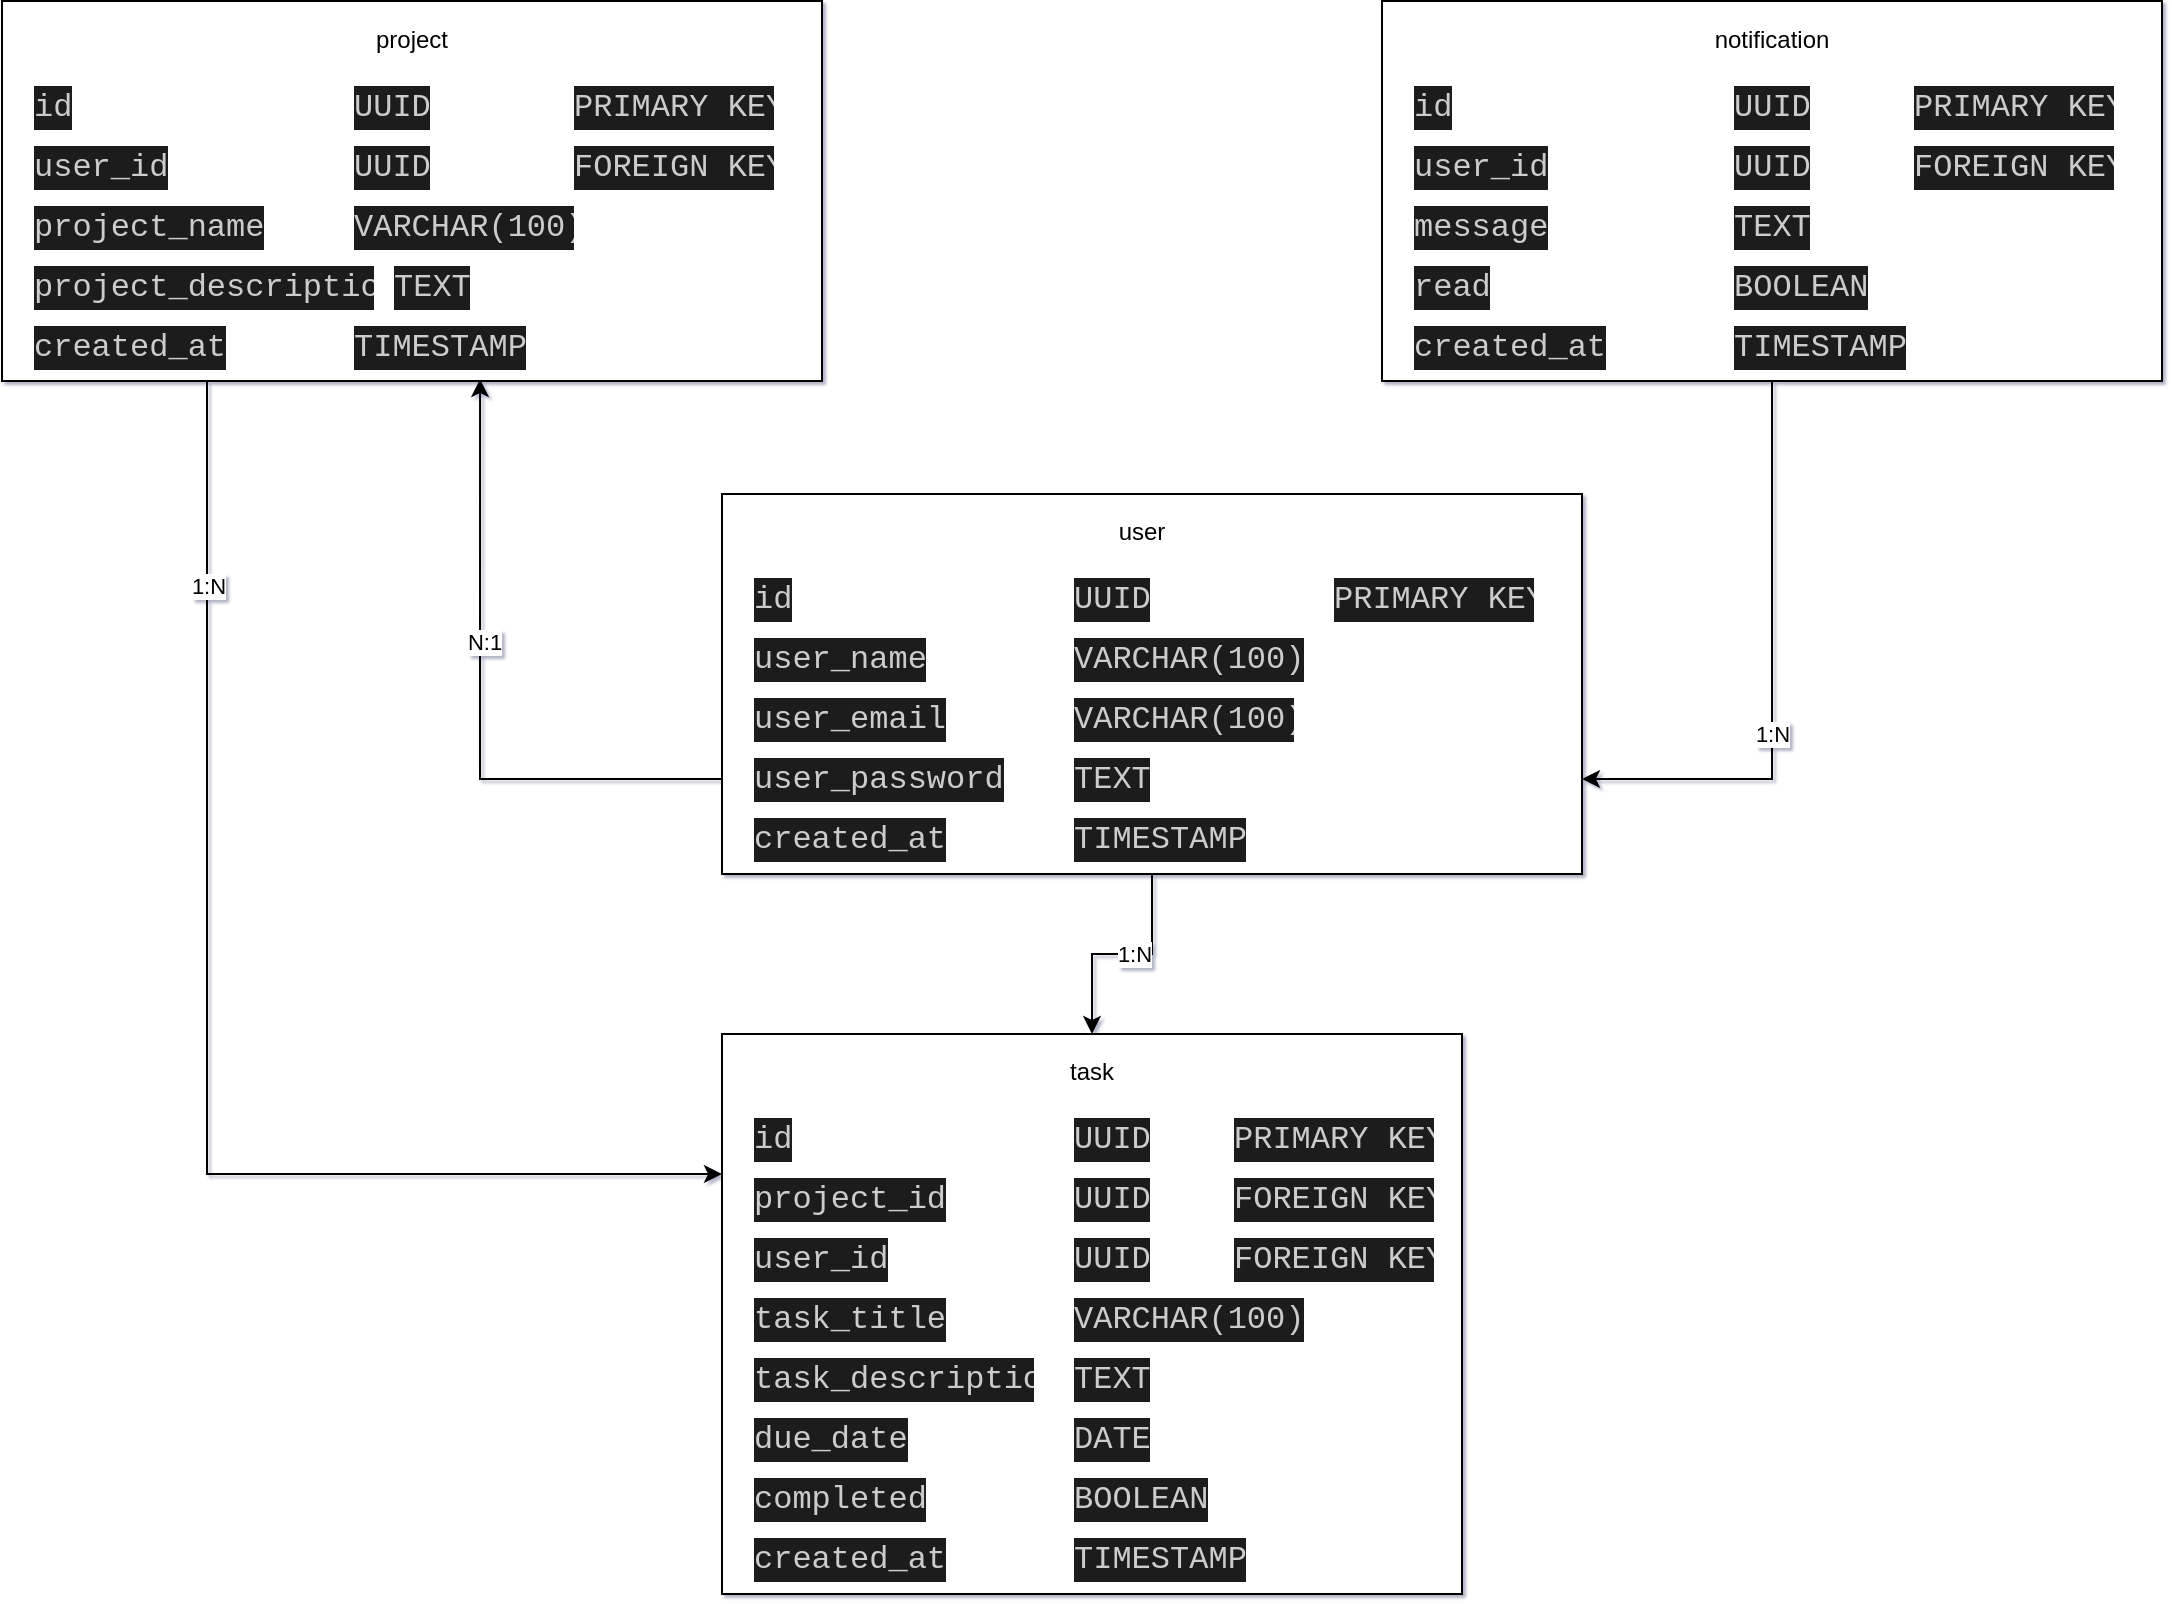
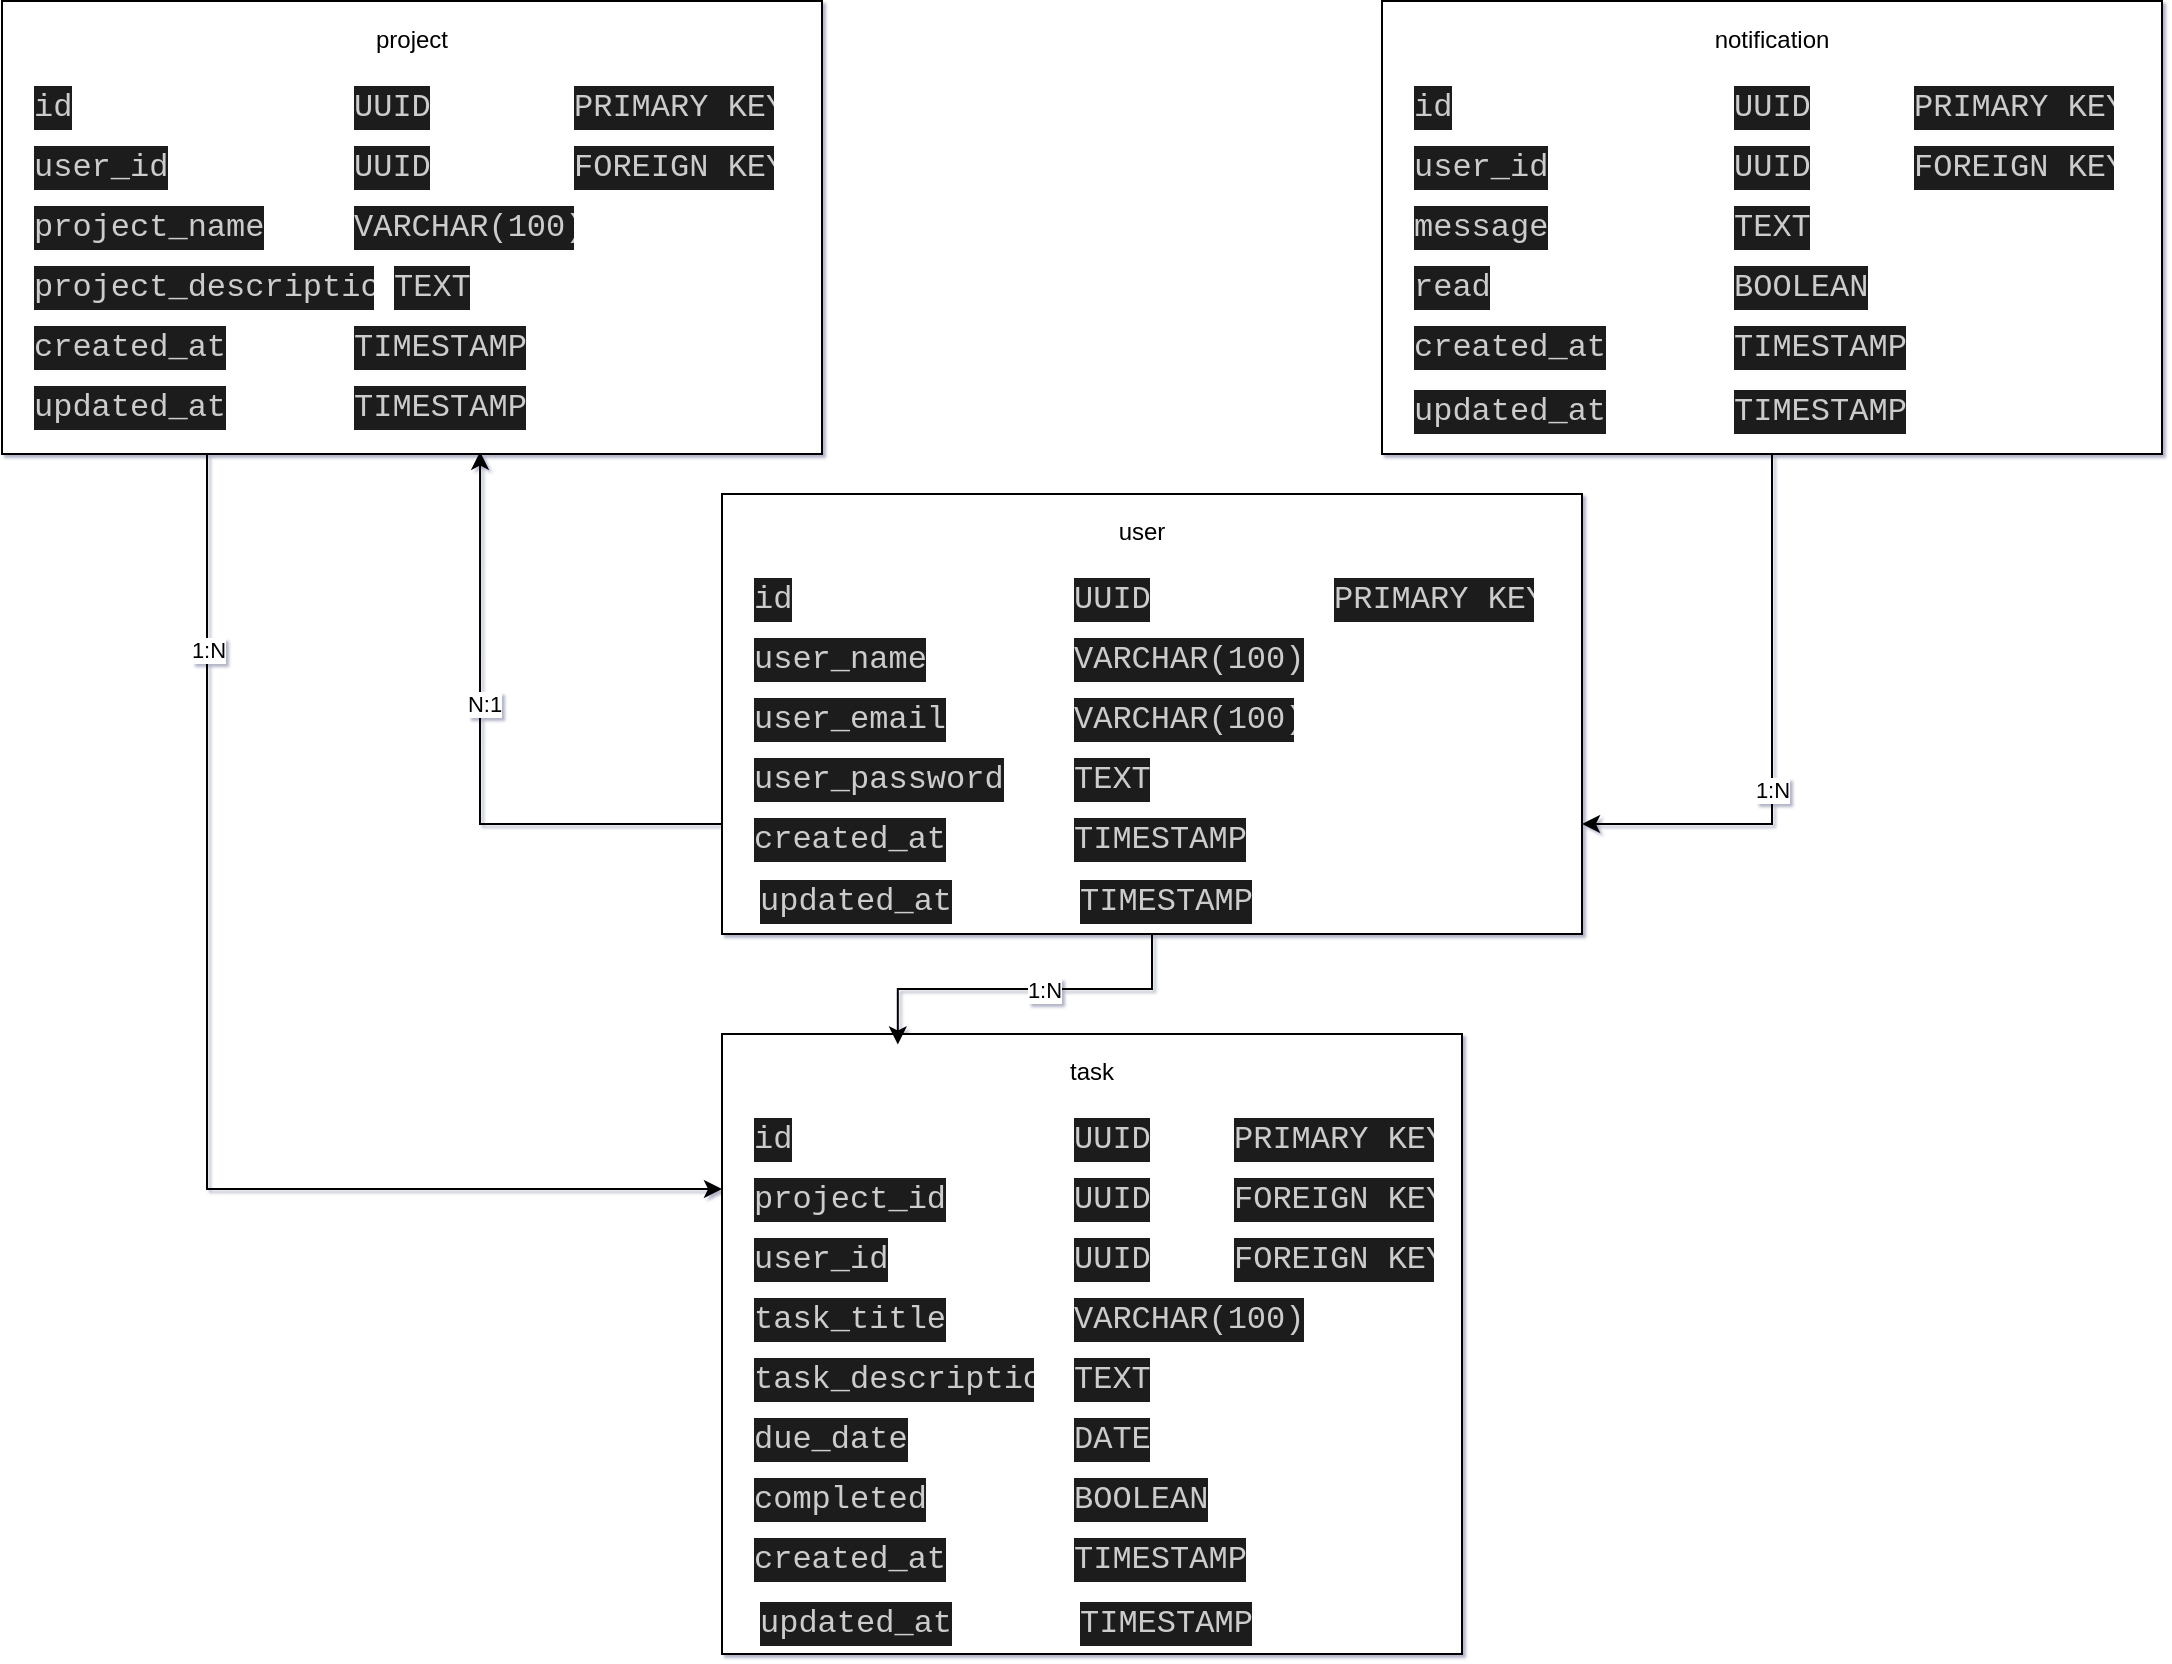
<mxfile host="Electron" agent="Mozilla/5.0 (Windows NT 10.0; Win64; x64) AppleWebKit/537.36 (KHTML, like Gecko) draw.io/28.1.2 Chrome/138.0.7204.243 Electron/37.4.0 Safari/537.36" version="28.1.2">
  <diagram name="Page-1" id="bHDw47sJ8CfQEdWCFf-7">
    <mxGraphModel dx="1042" dy="626" grid="1" gridSize="10" guides="1" tooltips="1" connect="1" arrows="1" fold="1" page="1" pageScale="1" pageWidth="1100" pageHeight="850" background="none" math="0" shadow="1">
      <root>
        <mxCell id="0" />
        <mxCell id="1" parent="0" />
        <mxCell id="XU3b0UUpHImCEtPaKN2c-118" style="edgeStyle=orthogonalEdgeStyle;rounded=0;orthogonalLoop=1;jettySize=auto;html=1;exitX=0.25;exitY=1;exitDx=0;exitDy=0;entryX=0;entryY=0.25;entryDx=0;entryDy=0;" parent="1" source="XU3b0UUpHImCEtPaKN2c-61" target="XU3b0UUpHImCEtPaKN2c-1" edge="1">
          <mxGeometry relative="1" as="geometry" />
        </mxCell>
        <mxCell id="XU3b0UUpHImCEtPaKN2c-119" value="1:N" style="edgeLabel;html=1;align=center;verticalAlign=middle;resizable=0;points=[];" parent="XU3b0UUpHImCEtPaKN2c-118" vertex="1" connectable="0">
          <mxGeometry x="-0.6868" relative="1" as="geometry">
            <mxPoint as="offset" />
          </mxGeometry>
        </mxCell>
        <mxCell id="XU3b0UUpHImCEtPaKN2c-1" value="" style="rounded=0;whiteSpace=wrap;html=1;labelBackgroundColor=default;labelBorderColor=default;textShadow=1;" parent="1" vertex="1">
-           <mxGeometry x="370" y="530" width="370" height="280" as="geometry" />
+           <mxGeometry x="370" y="530" width="370" height="310" as="geometry" />
        </mxCell>
        <mxCell id="XU3b0UUpHImCEtPaKN2c-24" value="task" style="text;strokeColor=none;fillColor=none;spacingLeft=4;spacingRight=4;overflow=hidden;rotatable=0;points=[[0,0.5],[1,0.5]];portConstraint=eastwest;fontSize=12;whiteSpace=wrap;html=1;align=center;" parent="1" vertex="1">
          <mxGeometry x="460" y="535" width="190" height="30" as="geometry" />
        </mxCell>
        <mxCell id="XU3b0UUpHImCEtPaKN2c-25" value="&lt;div style=&quot;color: rgb(204, 204, 204); background-color: rgb(31, 31, 31); font-family: Consolas, &amp;quot;Courier New&amp;quot;, monospace; font-size: 16px; line-height: 22px; white-space: pre;&quot;&gt;id&lt;/div&gt;" style="text;strokeColor=none;fillColor=none;spacingLeft=4;spacingRight=4;overflow=hidden;rotatable=0;points=[[0,0.5],[1,0.5]];portConstraint=eastwest;fontSize=12;whiteSpace=wrap;html=1;" parent="1" vertex="1">
          <mxGeometry x="380" y="565" width="140" height="30" as="geometry" />
        </mxCell>
        <mxCell id="XU3b0UUpHImCEtPaKN2c-28" value="&lt;div style=&quot;color: rgb(204, 204, 204); background-color: rgb(31, 31, 31); font-family: Consolas, &amp;quot;Courier New&amp;quot;, monospace; font-size: 16px; line-height: 22px; white-space: pre;&quot;&gt;UUID&lt;/div&gt;" style="text;strokeColor=none;fillColor=none;spacingLeft=4;spacingRight=4;overflow=hidden;rotatable=0;points=[[0,0.5],[1,0.5]];portConstraint=eastwest;fontSize=12;whiteSpace=wrap;html=1;" parent="1" vertex="1">
          <mxGeometry x="540" y="565" width="110" height="30" as="geometry" />
        </mxCell>
        <mxCell id="XU3b0UUpHImCEtPaKN2c-29" value="&lt;div style=&quot;color: rgb(204, 204, 204); background-color: rgb(31, 31, 31); font-family: Consolas, &amp;quot;Courier New&amp;quot;, monospace; font-size: 16px; line-height: 22px; white-space: pre;&quot;&gt;project_id&lt;/div&gt;" style="text;strokeColor=none;fillColor=none;spacingLeft=4;spacingRight=4;overflow=hidden;rotatable=0;points=[[0,0.5],[1,0.5]];portConstraint=eastwest;fontSize=12;whiteSpace=wrap;html=1;" parent="1" vertex="1">
          <mxGeometry x="380" y="595" width="140" height="30" as="geometry" />
        </mxCell>
        <mxCell id="XU3b0UUpHImCEtPaKN2c-30" value="&lt;div style=&quot;color: rgb(204, 204, 204); background-color: rgb(31, 31, 31); font-family: Consolas, &amp;quot;Courier New&amp;quot;, monospace; font-size: 16px; line-height: 22px; white-space: pre;&quot;&gt;UUID&lt;/div&gt;" style="text;strokeColor=none;fillColor=none;spacingLeft=4;spacingRight=4;overflow=hidden;rotatable=0;points=[[0,0.5],[1,0.5]];portConstraint=eastwest;fontSize=12;whiteSpace=wrap;html=1;" parent="1" vertex="1">
          <mxGeometry x="540" y="595" width="110" height="30" as="geometry" />
        </mxCell>
        <mxCell id="XU3b0UUpHImCEtPaKN2c-31" value="&lt;div style=&quot;color: rgb(204, 204, 204); background-color: rgb(31, 31, 31); font-family: Consolas, &amp;quot;Courier New&amp;quot;, monospace; font-size: 16px; line-height: 22px; white-space: pre;&quot;&gt;user_id&lt;/div&gt;" style="text;strokeColor=none;fillColor=none;spacingLeft=4;spacingRight=4;overflow=hidden;rotatable=0;points=[[0,0.5],[1,0.5]];portConstraint=eastwest;fontSize=12;whiteSpace=wrap;html=1;" parent="1" vertex="1">
          <mxGeometry x="380" y="625" width="140" height="30" as="geometry" />
        </mxCell>
        <mxCell id="XU3b0UUpHImCEtPaKN2c-32" value="&lt;div style=&quot;color: rgb(204, 204, 204); background-color: rgb(31, 31, 31); font-family: Consolas, &amp;quot;Courier New&amp;quot;, monospace; font-size: 16px; line-height: 22px; white-space: pre;&quot;&gt;UUID&lt;/div&gt;" style="text;strokeColor=none;fillColor=none;spacingLeft=4;spacingRight=4;overflow=hidden;rotatable=0;points=[[0,0.5],[1,0.5]];portConstraint=eastwest;fontSize=12;whiteSpace=wrap;html=1;" parent="1" vertex="1">
          <mxGeometry x="540" y="625" width="110" height="30" as="geometry" />
        </mxCell>
        <mxCell id="XU3b0UUpHImCEtPaKN2c-33" value="&lt;div style=&quot;color: rgb(204, 204, 204); background-color: rgb(31, 31, 31); font-family: Consolas, &amp;quot;Courier New&amp;quot;, monospace; font-size: 16px; line-height: 22px; white-space: pre;&quot;&gt;task_title&lt;/div&gt;" style="text;strokeColor=none;fillColor=none;spacingLeft=4;spacingRight=4;overflow=hidden;rotatable=0;points=[[0,0.5],[1,0.5]];portConstraint=eastwest;fontSize=12;whiteSpace=wrap;html=1;" parent="1" vertex="1">
          <mxGeometry x="380" y="655" width="140" height="30" as="geometry" />
        </mxCell>
        <mxCell id="XU3b0UUpHImCEtPaKN2c-34" value="&lt;div style=&quot;color: rgb(204, 204, 204); background-color: rgb(31, 31, 31); font-family: Consolas, &amp;quot;Courier New&amp;quot;, monospace; font-size: 16px; line-height: 22px; white-space: pre;&quot;&gt;VARCHAR(100)&lt;/div&gt;" style="text;strokeColor=none;fillColor=none;spacingLeft=4;spacingRight=4;overflow=hidden;rotatable=0;points=[[0,0.5],[1,0.5]];portConstraint=eastwest;fontSize=12;whiteSpace=wrap;html=1;" parent="1" vertex="1">
          <mxGeometry x="540" y="655" width="130" height="30" as="geometry" />
        </mxCell>
        <mxCell id="XU3b0UUpHImCEtPaKN2c-35" value="&lt;div style=&quot;color: rgb(204, 204, 204); background-color: rgb(31, 31, 31); font-family: Consolas, &amp;quot;Courier New&amp;quot;, monospace; font-size: 16px; line-height: 22px; white-space: pre;&quot;&gt;task_description&lt;/div&gt;" style="text;strokeColor=none;fillColor=none;spacingLeft=4;spacingRight=4;overflow=hidden;rotatable=0;points=[[0,0.5],[1,0.5]];portConstraint=eastwest;fontSize=12;whiteSpace=wrap;html=1;" parent="1" vertex="1">
          <mxGeometry x="380" y="685" width="150" height="30" as="geometry" />
        </mxCell>
        <mxCell id="XU3b0UUpHImCEtPaKN2c-36" value="&lt;div style=&quot;color: rgb(204, 204, 204); background-color: rgb(31, 31, 31); font-family: Consolas, &amp;quot;Courier New&amp;quot;, monospace; font-size: 16px; line-height: 22px; white-space: pre;&quot;&gt;TEXT&lt;/div&gt;" style="text;strokeColor=none;fillColor=none;spacingLeft=4;spacingRight=4;overflow=hidden;rotatable=0;points=[[0,0.5],[1,0.5]];portConstraint=eastwest;fontSize=12;whiteSpace=wrap;html=1;" parent="1" vertex="1">
          <mxGeometry x="540" y="685" width="70" height="30" as="geometry" />
        </mxCell>
        <mxCell id="XU3b0UUpHImCEtPaKN2c-37" value="&lt;div style=&quot;color: rgb(204, 204, 204); background-color: rgb(31, 31, 31); font-family: Consolas, &amp;quot;Courier New&amp;quot;, monospace; font-size: 16px; line-height: 22px; white-space: pre;&quot;&gt;due_date&lt;/div&gt;" style="text;strokeColor=none;fillColor=none;spacingLeft=4;spacingRight=4;overflow=hidden;rotatable=0;points=[[0,0.5],[1,0.5]];portConstraint=eastwest;fontSize=12;whiteSpace=wrap;html=1;" parent="1" vertex="1">
          <mxGeometry x="380" y="715" width="140" height="30" as="geometry" />
        </mxCell>
        <mxCell id="XU3b0UUpHImCEtPaKN2c-38" value="&lt;div style=&quot;color: rgb(204, 204, 204); background-color: rgb(31, 31, 31); font-family: Consolas, &amp;quot;Courier New&amp;quot;, monospace; font-size: 16px; line-height: 22px; white-space: pre;&quot;&gt;DATE&lt;/div&gt;" style="text;strokeColor=none;fillColor=none;spacingLeft=4;spacingRight=4;overflow=hidden;rotatable=0;points=[[0,0.5],[1,0.5]];portConstraint=eastwest;fontSize=12;whiteSpace=wrap;html=1;" parent="1" vertex="1">
          <mxGeometry x="540" y="715" width="110" height="30" as="geometry" />
        </mxCell>
        <mxCell id="XU3b0UUpHImCEtPaKN2c-39" value="&lt;div style=&quot;color: rgb(204, 204, 204); background-color: rgb(31, 31, 31); font-family: Consolas, &amp;quot;Courier New&amp;quot;, monospace; font-size: 16px; line-height: 22px; white-space: pre;&quot;&gt;completed&lt;/div&gt;" style="text;strokeColor=none;fillColor=none;spacingLeft=4;spacingRight=4;overflow=hidden;rotatable=0;points=[[0,0.5],[1,0.5]];portConstraint=eastwest;fontSize=12;whiteSpace=wrap;html=1;" parent="1" vertex="1">
          <mxGeometry x="380" y="745" width="140" height="30" as="geometry" />
        </mxCell>
        <mxCell id="XU3b0UUpHImCEtPaKN2c-40" value="&lt;div style=&quot;color: rgb(204, 204, 204); background-color: rgb(31, 31, 31); font-family: Consolas, &amp;quot;Courier New&amp;quot;, monospace; font-size: 16px; line-height: 22px; white-space: pre;&quot;&gt;BOOLEAN&lt;/div&gt;" style="text;strokeColor=none;fillColor=none;spacingLeft=4;spacingRight=4;overflow=hidden;rotatable=0;points=[[0,0.5],[1,0.5]];portConstraint=eastwest;fontSize=12;whiteSpace=wrap;html=1;" parent="1" vertex="1">
          <mxGeometry x="540" y="745" width="110" height="30" as="geometry" />
        </mxCell>
        <mxCell id="XU3b0UUpHImCEtPaKN2c-41" value="&lt;div style=&quot;color: rgb(204, 204, 204); background-color: rgb(31, 31, 31); font-family: Consolas, &amp;quot;Courier New&amp;quot;, monospace; font-size: 16px; line-height: 22px; white-space: pre;&quot;&gt;created_at&lt;/div&gt;" style="text;strokeColor=none;fillColor=none;spacingLeft=4;spacingRight=4;overflow=hidden;rotatable=0;points=[[0,0.5],[1,0.5]];portConstraint=eastwest;fontSize=12;whiteSpace=wrap;html=1;" parent="1" vertex="1">
          <mxGeometry x="380" y="775" width="140" height="30" as="geometry" />
        </mxCell>
        <mxCell id="XU3b0UUpHImCEtPaKN2c-42" value="&lt;div style=&quot;color: rgb(204, 204, 204); background-color: rgb(31, 31, 31); font-family: Consolas, &amp;quot;Courier New&amp;quot;, monospace; font-size: 16px; line-height: 22px; white-space: pre;&quot;&gt;TIMESTAMP&lt;/div&gt;" style="text;strokeColor=none;fillColor=none;spacingLeft=4;spacingRight=4;overflow=hidden;rotatable=0;points=[[0,0.5],[1,0.5]];portConstraint=eastwest;fontSize=12;whiteSpace=wrap;html=1;" parent="1" vertex="1">
          <mxGeometry x="540" y="775" width="110" height="30" as="geometry" />
        </mxCell>
        <mxCell id="XU3b0UUpHImCEtPaKN2c-116" style="edgeStyle=orthogonalEdgeStyle;rounded=0;orthogonalLoop=1;jettySize=auto;html=1;exitX=0;exitY=0.75;exitDx=0;exitDy=0;entryX=0.583;entryY=0.995;entryDx=0;entryDy=0;entryPerimeter=0;" parent="1" source="XU3b0UUpHImCEtPaKN2c-104" target="XU3b0UUpHImCEtPaKN2c-61" edge="1">
          <mxGeometry relative="1" as="geometry">
            <mxPoint x="245" y="330" as="targetPoint" />
          </mxGeometry>
        </mxCell>
        <mxCell id="XU3b0UUpHImCEtPaKN2c-117" value="N:1" style="edgeLabel;html=1;align=center;verticalAlign=middle;resizable=0;points=[];" parent="XU3b0UUpHImCEtPaKN2c-116" vertex="1" connectable="0">
          <mxGeometry x="0.189" y="-1" relative="1" as="geometry">
            <mxPoint x="1" y="1" as="offset" />
          </mxGeometry>
        </mxCell>
        <mxCell id="XU3b0UUpHImCEtPaKN2c-61" value="" style="rounded=0;whiteSpace=wrap;html=1;labelBackgroundColor=default;labelBorderColor=default;textShadow=1;" parent="1" vertex="1">
-           <mxGeometry x="10" y="13.5" width="410" height="190" as="geometry" />
+           <mxGeometry x="10" y="13.5" width="410" height="226.5" as="geometry" />
        </mxCell>
        <mxCell id="XU3b0UUpHImCEtPaKN2c-62" value="project" style="text;strokeColor=none;fillColor=none;spacingLeft=4;spacingRight=4;overflow=hidden;rotatable=0;points=[[0,0.5],[1,0.5]];portConstraint=eastwest;fontSize=12;whiteSpace=wrap;html=1;align=center;" parent="1" vertex="1">
          <mxGeometry x="120" y="18.5" width="190" height="30" as="geometry" />
        </mxCell>
        <mxCell id="XU3b0UUpHImCEtPaKN2c-63" value="&lt;div style=&quot;color: rgb(204, 204, 204); background-color: rgb(31, 31, 31); font-family: Consolas, &amp;quot;Courier New&amp;quot;, monospace; font-size: 16px; line-height: 22px; white-space: pre;&quot;&gt;id&lt;/div&gt;" style="text;strokeColor=none;fillColor=none;spacingLeft=4;spacingRight=4;overflow=hidden;rotatable=0;points=[[0,0.5],[1,0.5]];portConstraint=eastwest;fontSize=12;whiteSpace=wrap;html=1;" parent="1" vertex="1">
          <mxGeometry x="20" y="48.5" width="140" height="30" as="geometry" />
        </mxCell>
        <mxCell id="XU3b0UUpHImCEtPaKN2c-64" value="&lt;div style=&quot;color: rgb(204, 204, 204); background-color: rgb(31, 31, 31); font-family: Consolas, &amp;quot;Courier New&amp;quot;, monospace; font-size: 16px; line-height: 22px; white-space: pre;&quot;&gt;UUID&lt;/div&gt;" style="text;strokeColor=none;fillColor=none;spacingLeft=4;spacingRight=4;overflow=hidden;rotatable=0;points=[[0,0.5],[1,0.5]];portConstraint=eastwest;fontSize=12;whiteSpace=wrap;html=1;" parent="1" vertex="1">
          <mxGeometry x="180" y="48.5" width="110" height="30" as="geometry" />
        </mxCell>
        <mxCell id="XU3b0UUpHImCEtPaKN2c-65" value="&lt;div style=&quot;color: rgb(204, 204, 204); background-color: rgb(31, 31, 31); font-family: Consolas, &amp;quot;Courier New&amp;quot;, monospace; font-size: 16px; line-height: 22px; white-space: pre;&quot;&gt;user_id&lt;/div&gt;" style="text;strokeColor=none;fillColor=none;spacingLeft=4;spacingRight=4;overflow=hidden;rotatable=0;points=[[0,0.5],[1,0.5]];portConstraint=eastwest;fontSize=12;whiteSpace=wrap;html=1;" parent="1" vertex="1">
          <mxGeometry x="20" y="78.5" width="140" height="30" as="geometry" />
        </mxCell>
        <mxCell id="XU3b0UUpHImCEtPaKN2c-66" value="&lt;div style=&quot;color: rgb(204, 204, 204); background-color: rgb(31, 31, 31); font-family: Consolas, &amp;quot;Courier New&amp;quot;, monospace; font-size: 16px; line-height: 22px; white-space: pre;&quot;&gt;UUID&lt;/div&gt;" style="text;strokeColor=none;fillColor=none;spacingLeft=4;spacingRight=4;overflow=hidden;rotatable=0;points=[[0,0.5],[1,0.5]];portConstraint=eastwest;fontSize=12;whiteSpace=wrap;html=1;" parent="1" vertex="1">
          <mxGeometry x="180" y="78.5" width="110" height="30" as="geometry" />
        </mxCell>
        <mxCell id="XU3b0UUpHImCEtPaKN2c-67" value="&lt;div style=&quot;color: rgb(204, 204, 204); background-color: rgb(31, 31, 31); font-family: Consolas, &amp;quot;Courier New&amp;quot;, monospace; font-size: 16px; line-height: 22px; white-space: pre;&quot;&gt;project_name&lt;/div&gt;" style="text;strokeColor=none;fillColor=none;spacingLeft=4;spacingRight=4;overflow=hidden;rotatable=0;points=[[0,0.5],[1,0.5]];portConstraint=eastwest;fontSize=12;whiteSpace=wrap;html=1;" parent="1" vertex="1">
          <mxGeometry x="20" y="108.5" width="140" height="30" as="geometry" />
        </mxCell>
        <mxCell id="XU3b0UUpHImCEtPaKN2c-68" value="&lt;div style=&quot;color: rgb(204, 204, 204); background-color: rgb(31, 31, 31); font-family: Consolas, &amp;quot;Courier New&amp;quot;, monospace; font-size: 16px; line-height: 22px; white-space: pre;&quot;&gt;VARCHAR(100)&lt;/div&gt;" style="text;strokeColor=none;fillColor=none;spacingLeft=4;spacingRight=4;overflow=hidden;rotatable=0;points=[[0,0.5],[1,0.5]];portConstraint=eastwest;fontSize=12;whiteSpace=wrap;html=1;" parent="1" vertex="1">
          <mxGeometry x="180" y="108.5" width="120" height="30" as="geometry" />
        </mxCell>
        <mxCell id="XU3b0UUpHImCEtPaKN2c-69" value="&lt;div style=&quot;color: rgb(204, 204, 204); background-color: rgb(31, 31, 31); font-family: Consolas, &amp;quot;Courier New&amp;quot;, monospace; font-size: 16px; line-height: 22px; white-space: pre;&quot;&gt;project_description&lt;/div&gt;" style="text;strokeColor=none;fillColor=none;spacingLeft=4;spacingRight=4;overflow=hidden;rotatable=0;points=[[0,0.5],[1,0.5]];portConstraint=eastwest;fontSize=12;whiteSpace=wrap;html=1;" parent="1" vertex="1">
          <mxGeometry x="20" y="138.5" width="180" height="30" as="geometry" />
        </mxCell>
        <mxCell id="XU3b0UUpHImCEtPaKN2c-70" value="&lt;div style=&quot;color: rgb(204, 204, 204); background-color: rgb(31, 31, 31); font-family: Consolas, &amp;quot;Courier New&amp;quot;, monospace; font-size: 16px; line-height: 22px; white-space: pre;&quot;&gt;TEXT&lt;/div&gt;" style="text;strokeColor=none;fillColor=none;spacingLeft=4;spacingRight=4;overflow=hidden;rotatable=0;points=[[0,0.5],[1,0.5]];portConstraint=eastwest;fontSize=12;whiteSpace=wrap;html=1;" parent="1" vertex="1">
          <mxGeometry x="200" y="138.5" width="60" height="30" as="geometry" />
        </mxCell>
        <mxCell id="XU3b0UUpHImCEtPaKN2c-71" value="&lt;div style=&quot;color: rgb(204, 204, 204); background-color: rgb(31, 31, 31); font-family: Consolas, &amp;quot;Courier New&amp;quot;, monospace; font-size: 16px; line-height: 22px; white-space: pre;&quot;&gt;created_at&lt;/div&gt;" style="text;strokeColor=none;fillColor=none;spacingLeft=4;spacingRight=4;overflow=hidden;rotatable=0;points=[[0,0.5],[1,0.5]];portConstraint=eastwest;fontSize=12;whiteSpace=wrap;html=1;" parent="1" vertex="1">
          <mxGeometry x="20" y="168.5" width="140" height="30" as="geometry" />
        </mxCell>
        <mxCell id="XU3b0UUpHImCEtPaKN2c-72" value="&lt;div style=&quot;color: rgb(204, 204, 204); background-color: rgb(31, 31, 31); font-family: Consolas, &amp;quot;Courier New&amp;quot;, monospace; font-size: 16px; line-height: 22px; white-space: pre;&quot;&gt;TIMESTAMP&lt;/div&gt;" style="text;strokeColor=none;fillColor=none;spacingLeft=4;spacingRight=4;overflow=hidden;rotatable=0;points=[[0,0.5],[1,0.5]];portConstraint=eastwest;fontSize=12;whiteSpace=wrap;html=1;" parent="1" vertex="1">
          <mxGeometry x="180" y="168.5" width="110" height="30" as="geometry" />
        </mxCell>
        <mxCell id="XU3b0UUpHImCEtPaKN2c-122" style="edgeStyle=orthogonalEdgeStyle;rounded=0;orthogonalLoop=1;jettySize=auto;html=1;exitX=0.5;exitY=1;exitDx=0;exitDy=0;entryX=1;entryY=0.75;entryDx=0;entryDy=0;" parent="1" source="XU3b0UUpHImCEtPaKN2c-80" target="XU3b0UUpHImCEtPaKN2c-104" edge="1">
          <mxGeometry relative="1" as="geometry" />
        </mxCell>
        <mxCell id="XU3b0UUpHImCEtPaKN2c-123" value="1:N" style="edgeLabel;html=1;align=center;verticalAlign=middle;resizable=0;points=[];" parent="XU3b0UUpHImCEtPaKN2c-122" vertex="1" connectable="0">
          <mxGeometry x="0.2" y="-1" relative="1" as="geometry">
            <mxPoint x="1" as="offset" />
          </mxGeometry>
        </mxCell>
        <mxCell id="XU3b0UUpHImCEtPaKN2c-80" value="" style="rounded=0;whiteSpace=wrap;html=1;labelBackgroundColor=default;labelBorderColor=default;textShadow=1;" parent="1" vertex="1">
-           <mxGeometry x="700" y="13.5" width="390" height="190" as="geometry" />
+           <mxGeometry x="700" y="13.5" width="390" height="226.5" as="geometry" />
        </mxCell>
        <mxCell id="XU3b0UUpHImCEtPaKN2c-81" value="notification" style="text;strokeColor=none;fillColor=none;spacingLeft=4;spacingRight=4;overflow=hidden;rotatable=0;points=[[0,0.5],[1,0.5]];portConstraint=eastwest;fontSize=12;whiteSpace=wrap;html=1;align=center;" parent="1" vertex="1">
          <mxGeometry x="800" y="18.5" width="190" height="30" as="geometry" />
        </mxCell>
        <mxCell id="XU3b0UUpHImCEtPaKN2c-82" value="&lt;div style=&quot;color: rgb(204, 204, 204); background-color: rgb(31, 31, 31); font-family: Consolas, &amp;quot;Courier New&amp;quot;, monospace; font-size: 16px; line-height: 22px; white-space: pre;&quot;&gt;id&lt;/div&gt;" style="text;strokeColor=none;fillColor=none;spacingLeft=4;spacingRight=4;overflow=hidden;rotatable=0;points=[[0,0.5],[1,0.5]];portConstraint=eastwest;fontSize=12;whiteSpace=wrap;html=1;" parent="1" vertex="1">
          <mxGeometry x="710" y="48.5" width="160" height="30" as="geometry" />
        </mxCell>
        <mxCell id="XU3b0UUpHImCEtPaKN2c-83" value="&lt;div style=&quot;color: rgb(204, 204, 204); background-color: rgb(31, 31, 31); font-family: Consolas, &amp;quot;Courier New&amp;quot;, monospace; font-size: 16px; line-height: 22px; white-space: pre;&quot;&gt;UUID&lt;/div&gt;" style="text;strokeColor=none;fillColor=none;spacingLeft=4;spacingRight=4;overflow=hidden;rotatable=0;points=[[0,0.5],[1,0.5]];portConstraint=eastwest;fontSize=12;whiteSpace=wrap;html=1;" parent="1" vertex="1">
          <mxGeometry x="870" y="48.5" width="110" height="30" as="geometry" />
        </mxCell>
        <mxCell id="XU3b0UUpHImCEtPaKN2c-84" value="&lt;div style=&quot;color: rgb(204, 204, 204); background-color: rgb(31, 31, 31); font-family: Consolas, &amp;quot;Courier New&amp;quot;, monospace; font-size: 16px; line-height: 22px; white-space: pre;&quot;&gt;user_id&lt;/div&gt;" style="text;strokeColor=none;fillColor=none;spacingLeft=4;spacingRight=4;overflow=hidden;rotatable=0;points=[[0,0.5],[1,0.5]];portConstraint=eastwest;fontSize=12;whiteSpace=wrap;html=1;" parent="1" vertex="1">
          <mxGeometry x="710" y="78.5" width="140" height="30" as="geometry" />
        </mxCell>
        <mxCell id="XU3b0UUpHImCEtPaKN2c-85" value="&lt;div style=&quot;color: rgb(204, 204, 204); background-color: rgb(31, 31, 31); font-family: Consolas, &amp;quot;Courier New&amp;quot;, monospace; font-size: 16px; line-height: 22px; white-space: pre;&quot;&gt;UUID&lt;/div&gt;" style="text;strokeColor=none;fillColor=none;spacingLeft=4;spacingRight=4;overflow=hidden;rotatable=0;points=[[0,0.5],[1,0.5]];portConstraint=eastwest;fontSize=12;whiteSpace=wrap;html=1;" parent="1" vertex="1">
          <mxGeometry x="870" y="78.5" width="110" height="30" as="geometry" />
        </mxCell>
        <mxCell id="XU3b0UUpHImCEtPaKN2c-86" value="&lt;div style=&quot;color: rgb(204, 204, 204); background-color: rgb(31, 31, 31); font-family: Consolas, &amp;quot;Courier New&amp;quot;, monospace; font-size: 16px; line-height: 22px; white-space: pre;&quot;&gt;message&lt;/div&gt;" style="text;strokeColor=none;fillColor=none;spacingLeft=4;spacingRight=4;overflow=hidden;rotatable=0;points=[[0,0.5],[1,0.5]];portConstraint=eastwest;fontSize=12;whiteSpace=wrap;html=1;" parent="1" vertex="1">
          <mxGeometry x="710" y="108.5" width="140" height="30" as="geometry" />
        </mxCell>
        <mxCell id="XU3b0UUpHImCEtPaKN2c-87" value="&lt;div style=&quot;color: rgb(204, 204, 204); background-color: rgb(31, 31, 31); font-family: Consolas, &amp;quot;Courier New&amp;quot;, monospace; font-size: 16px; line-height: 22px; white-space: pre;&quot;&gt;TEXT&lt;/div&gt;" style="text;strokeColor=none;fillColor=none;spacingLeft=4;spacingRight=4;overflow=hidden;rotatable=0;points=[[0,0.5],[1,0.5]];portConstraint=eastwest;fontSize=12;whiteSpace=wrap;html=1;" parent="1" vertex="1">
          <mxGeometry x="870" y="108.5" width="110" height="30" as="geometry" />
        </mxCell>
        <mxCell id="XU3b0UUpHImCEtPaKN2c-88" value="&lt;div style=&quot;color: rgb(204, 204, 204); background-color: rgb(31, 31, 31); font-family: Consolas, &amp;quot;Courier New&amp;quot;, monospace; font-size: 16px; line-height: 22px; white-space: pre;&quot;&gt;read&lt;/div&gt;" style="text;strokeColor=none;fillColor=none;spacingLeft=4;spacingRight=4;overflow=hidden;rotatable=0;points=[[0,0.5],[1,0.5]];portConstraint=eastwest;fontSize=12;whiteSpace=wrap;html=1;" parent="1" vertex="1">
          <mxGeometry x="710" y="138.5" width="140" height="30" as="geometry" />
        </mxCell>
        <mxCell id="XU3b0UUpHImCEtPaKN2c-89" value="&lt;div style=&quot;color: rgb(204, 204, 204); background-color: rgb(31, 31, 31); font-family: Consolas, &amp;quot;Courier New&amp;quot;, monospace; font-size: 16px; line-height: 22px; white-space: pre;&quot;&gt;BOOLEAN&lt;/div&gt;" style="text;strokeColor=none;fillColor=none;spacingLeft=4;spacingRight=4;overflow=hidden;rotatable=0;points=[[0,0.5],[1,0.5]];portConstraint=eastwest;fontSize=12;whiteSpace=wrap;html=1;" parent="1" vertex="1">
          <mxGeometry x="870" y="138.5" width="110" height="30" as="geometry" />
        </mxCell>
        <mxCell id="XU3b0UUpHImCEtPaKN2c-90" value="&lt;div style=&quot;color: rgb(204, 204, 204); background-color: rgb(31, 31, 31); font-family: Consolas, &amp;quot;Courier New&amp;quot;, monospace; font-size: 16px; line-height: 22px; white-space: pre;&quot;&gt;created_at&lt;/div&gt;" style="text;strokeColor=none;fillColor=none;spacingLeft=4;spacingRight=4;overflow=hidden;rotatable=0;points=[[0,0.5],[1,0.5]];portConstraint=eastwest;fontSize=12;whiteSpace=wrap;html=1;" parent="1" vertex="1">
          <mxGeometry x="710" y="168.5" width="140" height="30" as="geometry" />
        </mxCell>
        <mxCell id="XU3b0UUpHImCEtPaKN2c-91" value="&lt;div style=&quot;color: rgb(204, 204, 204); background-color: rgb(31, 31, 31); font-family: Consolas, &amp;quot;Courier New&amp;quot;, monospace; font-size: 16px; line-height: 22px; white-space: pre;&quot;&gt;TIMESTAMP&lt;/div&gt;" style="text;strokeColor=none;fillColor=none;spacingLeft=4;spacingRight=4;overflow=hidden;rotatable=0;points=[[0,0.5],[1,0.5]];portConstraint=eastwest;fontSize=12;whiteSpace=wrap;html=1;" parent="1" vertex="1">
          <mxGeometry x="870" y="168.5" width="110" height="30" as="geometry" />
        </mxCell>
-         <mxCell id="XU3b0UUpHImCEtPaKN2c-120" style="edgeStyle=orthogonalEdgeStyle;rounded=0;orthogonalLoop=1;jettySize=auto;html=1;exitX=0.5;exitY=1;exitDx=0;exitDy=0;entryX=0.5;entryY=0;entryDx=0;entryDy=0;" parent="1" source="XU3b0UUpHImCEtPaKN2c-104" target="XU3b0UUpHImCEtPaKN2c-1" edge="1">
+         <mxCell id="XU3b0UUpHImCEtPaKN2c-120" style="edgeStyle=orthogonalEdgeStyle;rounded=0;orthogonalLoop=1;jettySize=auto;html=1;exitX=0.5;exitY=1;exitDx=0;exitDy=0;entryX=-0.011;entryY=0.007;entryDx=0;entryDy=0;entryPerimeter=0;" parent="1" source="XU3b0UUpHImCEtPaKN2c-104" target="XU3b0UUpHImCEtPaKN2c-24" edge="1">
          <mxGeometry relative="1" as="geometry" />
        </mxCell>
        <mxCell id="XU3b0UUpHImCEtPaKN2c-121" value="1:N" style="edgeLabel;html=1;align=center;verticalAlign=middle;resizable=0;points=[];" parent="XU3b0UUpHImCEtPaKN2c-120" vertex="1" connectable="0">
          <mxGeometry x="-0.1059" relative="1" as="geometry">
            <mxPoint as="offset" />
          </mxGeometry>
        </mxCell>
        <mxCell id="XU3b0UUpHImCEtPaKN2c-104" value="" style="rounded=0;whiteSpace=wrap;html=1;labelBackgroundColor=default;labelBorderColor=default;" parent="1" vertex="1">
-           <mxGeometry x="370" y="260" width="430" height="190" as="geometry" />
+           <mxGeometry x="370" y="260" width="430" height="220" as="geometry" />
        </mxCell>
        <mxCell id="XU3b0UUpHImCEtPaKN2c-105" value="user" style="text;strokeColor=none;fillColor=none;spacingLeft=4;spacingRight=4;overflow=hidden;rotatable=0;points=[[0,0.5],[1,0.5]];portConstraint=eastwest;fontSize=12;whiteSpace=wrap;html=1;align=center;" parent="1" vertex="1">
          <mxGeometry x="485" y="265" width="190" height="30" as="geometry" />
        </mxCell>
        <mxCell id="XU3b0UUpHImCEtPaKN2c-106" value="&lt;div style=&quot;color: rgb(204, 204, 204); background-color: rgb(31, 31, 31); font-family: Consolas, &amp;quot;Courier New&amp;quot;, monospace; font-size: 16px; line-height: 22px; white-space: pre;&quot;&gt;id&lt;/div&gt;" style="text;strokeColor=none;fillColor=none;spacingLeft=4;spacingRight=4;overflow=hidden;rotatable=0;points=[[0,0.5],[1,0.5]];portConstraint=eastwest;fontSize=12;whiteSpace=wrap;html=1;" parent="1" vertex="1">
          <mxGeometry x="380" y="295" width="140" height="30" as="geometry" />
        </mxCell>
        <mxCell id="XU3b0UUpHImCEtPaKN2c-107" value="&lt;div style=&quot;color: rgb(204, 204, 204); background-color: rgb(31, 31, 31); font-family: Consolas, &amp;quot;Courier New&amp;quot;, monospace; font-size: 16px; line-height: 22px; white-space: pre;&quot;&gt;UUID&lt;/div&gt;" style="text;strokeColor=none;fillColor=none;spacingLeft=4;spacingRight=4;overflow=hidden;rotatable=0;points=[[0,0.5],[1,0.5]];portConstraint=eastwest;fontSize=12;whiteSpace=wrap;html=1;" parent="1" vertex="1">
          <mxGeometry x="540" y="295" width="110" height="30" as="geometry" />
        </mxCell>
        <mxCell id="XU3b0UUpHImCEtPaKN2c-108" value="&lt;div style=&quot;color: rgb(204, 204, 204); background-color: rgb(31, 31, 31); font-family: Consolas, &amp;quot;Courier New&amp;quot;, monospace; font-size: 16px; line-height: 22px; white-space: pre;&quot;&gt;user_name&lt;/div&gt;" style="text;strokeColor=none;fillColor=none;spacingLeft=4;spacingRight=4;overflow=hidden;rotatable=0;points=[[0,0.5],[1,0.5]];portConstraint=eastwest;fontSize=12;whiteSpace=wrap;html=1;" parent="1" vertex="1">
          <mxGeometry x="380" y="325" width="140" height="30" as="geometry" />
        </mxCell>
        <mxCell id="XU3b0UUpHImCEtPaKN2c-109" value="&lt;div style=&quot;color: rgb(204, 204, 204); background-color: rgb(31, 31, 31); font-family: Consolas, &amp;quot;Courier New&amp;quot;, monospace; font-size: 16px; line-height: 22px; white-space: pre;&quot;&gt;VARCHAR(100)&lt;/div&gt;" style="text;strokeColor=none;fillColor=none;spacingLeft=4;spacingRight=4;overflow=hidden;rotatable=0;points=[[0,0.5],[1,0.5]];portConstraint=eastwest;fontSize=12;whiteSpace=wrap;html=1;" parent="1" vertex="1">
          <mxGeometry x="540" y="325" width="130" height="30" as="geometry" />
        </mxCell>
        <mxCell id="XU3b0UUpHImCEtPaKN2c-110" value="&lt;div style=&quot;color: rgb(204, 204, 204); background-color: rgb(31, 31, 31); font-family: Consolas, &amp;quot;Courier New&amp;quot;, monospace; font-size: 16px; line-height: 22px; white-space: pre;&quot;&gt;user_email&lt;/div&gt;" style="text;strokeColor=none;fillColor=none;spacingLeft=4;spacingRight=4;overflow=hidden;rotatable=0;points=[[0,0.5],[1,0.5]];portConstraint=eastwest;fontSize=12;whiteSpace=wrap;html=1;" parent="1" vertex="1">
          <mxGeometry x="380" y="355" width="140" height="30" as="geometry" />
        </mxCell>
        <mxCell id="XU3b0UUpHImCEtPaKN2c-111" value="&lt;div style=&quot;color: rgb(204, 204, 204); background-color: rgb(31, 31, 31); font-family: Consolas, &amp;quot;Courier New&amp;quot;, monospace; font-size: 16px; line-height: 22px; white-space: pre;&quot;&gt;VARCHAR(100)&lt;/div&gt;" style="text;strokeColor=none;fillColor=none;spacingLeft=4;spacingRight=4;overflow=hidden;rotatable=0;points=[[0,0.5],[1,0.5]];portConstraint=eastwest;fontSize=12;whiteSpace=wrap;html=1;" parent="1" vertex="1">
          <mxGeometry x="540" y="355" width="120" height="30" as="geometry" />
        </mxCell>
        <mxCell id="XU3b0UUpHImCEtPaKN2c-112" value="&lt;div style=&quot;color: rgb(204, 204, 204); background-color: rgb(31, 31, 31); font-family: Consolas, &amp;quot;Courier New&amp;quot;, monospace; font-size: 16px; line-height: 22px; white-space: pre;&quot;&gt;user_password&lt;/div&gt;" style="text;strokeColor=none;fillColor=none;spacingLeft=4;spacingRight=4;overflow=hidden;rotatable=0;points=[[0,0.5],[1,0.5]];portConstraint=eastwest;fontSize=12;whiteSpace=wrap;html=1;" parent="1" vertex="1">
          <mxGeometry x="380" y="385" width="140" height="30" as="geometry" />
        </mxCell>
        <mxCell id="XU3b0UUpHImCEtPaKN2c-113" value="&lt;div style=&quot;color: rgb(204, 204, 204); background-color: rgb(31, 31, 31); font-family: Consolas, &amp;quot;Courier New&amp;quot;, monospace; font-size: 16px; line-height: 22px; white-space: pre;&quot;&gt;TEXT&lt;/div&gt;" style="text;strokeColor=none;fillColor=none;spacingLeft=4;spacingRight=4;overflow=hidden;rotatable=0;points=[[0,0.5],[1,0.5]];portConstraint=eastwest;fontSize=12;whiteSpace=wrap;html=1;" parent="1" vertex="1">
          <mxGeometry x="540" y="385" width="110" height="30" as="geometry" />
        </mxCell>
        <mxCell id="XU3b0UUpHImCEtPaKN2c-114" value="&lt;div style=&quot;color: rgb(204, 204, 204); background-color: rgb(31, 31, 31); font-family: Consolas, &amp;quot;Courier New&amp;quot;, monospace; font-size: 16px; line-height: 22px; white-space: pre;&quot;&gt;created_at&lt;/div&gt;" style="text;strokeColor=none;fillColor=none;spacingLeft=4;spacingRight=4;overflow=hidden;rotatable=0;points=[[0,0.5],[1,0.5]];portConstraint=eastwest;fontSize=12;whiteSpace=wrap;html=1;" parent="1" vertex="1">
          <mxGeometry x="380" y="415" width="140" height="30" as="geometry" />
        </mxCell>
        <mxCell id="XU3b0UUpHImCEtPaKN2c-115" value="&lt;div style=&quot;color: rgb(204, 204, 204); background-color: rgb(31, 31, 31); font-family: Consolas, &amp;quot;Courier New&amp;quot;, monospace; font-size: 16px; line-height: 22px; white-space: pre;&quot;&gt;TIMESTAMP&lt;/div&gt;" style="text;strokeColor=none;fillColor=none;spacingLeft=4;spacingRight=4;overflow=hidden;rotatable=0;points=[[0,0.5],[1,0.5]];portConstraint=eastwest;fontSize=12;whiteSpace=wrap;html=1;" parent="1" vertex="1">
          <mxGeometry x="540" y="415" width="110" height="30" as="geometry" />
        </mxCell>
        <mxCell id="XU3b0UUpHImCEtPaKN2c-126" value="&lt;div style=&quot;color: rgb(204, 204, 204); background-color: rgb(31, 31, 31); font-family: Consolas, &amp;quot;Courier New&amp;quot;, monospace; font-size: 16px; line-height: 22px; white-space: pre;&quot;&gt;PRIMARY KEY&lt;/div&gt;" style="text;strokeColor=none;fillColor=none;spacingLeft=4;spacingRight=4;overflow=hidden;rotatable=0;points=[[0,0.5],[1,0.5]];portConstraint=eastwest;fontSize=12;whiteSpace=wrap;html=1;" parent="1" vertex="1">
          <mxGeometry x="290" y="48.5" width="110" height="30" as="geometry" />
        </mxCell>
        <mxCell id="XU3b0UUpHImCEtPaKN2c-127" value="&lt;div style=&quot;color: rgb(204, 204, 204); background-color: rgb(31, 31, 31); font-family: Consolas, &amp;quot;Courier New&amp;quot;, monospace; font-size: 16px; line-height: 22px; white-space: pre;&quot;&gt;PRIMARY KEY&lt;/div&gt;" style="text;strokeColor=none;fillColor=none;spacingLeft=4;spacingRight=4;overflow=hidden;rotatable=0;points=[[0,0.5],[1,0.5]];portConstraint=eastwest;fontSize=12;whiteSpace=wrap;html=1;" parent="1" vertex="1">
          <mxGeometry x="670" y="295" width="110" height="30" as="geometry" />
        </mxCell>
        <mxCell id="XU3b0UUpHImCEtPaKN2c-128" value="&lt;div style=&quot;color: rgb(204, 204, 204); background-color: rgb(31, 31, 31); font-family: Consolas, &amp;quot;Courier New&amp;quot;, monospace; font-size: 16px; line-height: 22px; white-space: pre;&quot;&gt;PRIMARY KEY&lt;/div&gt;" style="text;strokeColor=none;fillColor=none;spacingLeft=4;spacingRight=4;overflow=hidden;rotatable=0;points=[[0,0.5],[1,0.5]];portConstraint=eastwest;fontSize=12;whiteSpace=wrap;html=1;" parent="1" vertex="1">
          <mxGeometry x="620" y="565" width="110" height="30" as="geometry" />
        </mxCell>
        <mxCell id="XU3b0UUpHImCEtPaKN2c-129" value="&lt;div style=&quot;color: rgb(204, 204, 204); background-color: rgb(31, 31, 31); font-family: Consolas, &amp;quot;Courier New&amp;quot;, monospace; font-size: 16px; line-height: 22px; white-space: pre;&quot;&gt;PRIMARY KEY&lt;/div&gt;" style="text;strokeColor=none;fillColor=none;spacingLeft=4;spacingRight=4;overflow=hidden;rotatable=0;points=[[0,0.5],[1,0.5]];portConstraint=eastwest;fontSize=12;whiteSpace=wrap;html=1;" parent="1" vertex="1">
          <mxGeometry x="960" y="48.5" width="110" height="30" as="geometry" />
        </mxCell>
        <mxCell id="XU3b0UUpHImCEtPaKN2c-130" value="&lt;div style=&quot;color: rgb(204, 204, 204); background-color: rgb(31, 31, 31); font-family: Consolas, &amp;quot;Courier New&amp;quot;, monospace; font-size: 16px; line-height: 22px; white-space: pre;&quot;&gt;FOREIGN KEY&lt;/div&gt;" style="text;strokeColor=none;fillColor=none;spacingLeft=4;spacingRight=4;overflow=hidden;rotatable=0;points=[[0,0.5],[1,0.5]];portConstraint=eastwest;fontSize=12;whiteSpace=wrap;html=1;" parent="1" vertex="1">
          <mxGeometry x="620" y="595" width="110" height="30" as="geometry" />
        </mxCell>
        <mxCell id="XU3b0UUpHImCEtPaKN2c-131" value="&lt;div style=&quot;color: rgb(204, 204, 204); background-color: rgb(31, 31, 31); font-family: Consolas, &amp;quot;Courier New&amp;quot;, monospace; font-size: 16px; line-height: 22px; white-space: pre;&quot;&gt;FOREIGN KEY&lt;/div&gt;" style="text;strokeColor=none;fillColor=none;spacingLeft=4;spacingRight=4;overflow=hidden;rotatable=0;points=[[0,0.5],[1,0.5]];portConstraint=eastwest;fontSize=12;whiteSpace=wrap;html=1;" parent="1" vertex="1">
          <mxGeometry x="620" y="625" width="110" height="30" as="geometry" />
        </mxCell>
        <mxCell id="XU3b0UUpHImCEtPaKN2c-132" value="&lt;div style=&quot;color: rgb(204, 204, 204); background-color: rgb(31, 31, 31); font-family: Consolas, &amp;quot;Courier New&amp;quot;, monospace; font-size: 16px; line-height: 22px; white-space: pre;&quot;&gt;FOREIGN KEY&lt;/div&gt;" style="text;strokeColor=none;fillColor=none;spacingLeft=4;spacingRight=4;overflow=hidden;rotatable=0;points=[[0,0.5],[1,0.5]];portConstraint=eastwest;fontSize=12;whiteSpace=wrap;html=1;" parent="1" vertex="1">
          <mxGeometry x="960" y="78.5" width="110" height="30" as="geometry" />
        </mxCell>
        <mxCell id="XU3b0UUpHImCEtPaKN2c-133" value="&lt;div style=&quot;color: rgb(204, 204, 204); background-color: rgb(31, 31, 31); font-family: Consolas, &amp;quot;Courier New&amp;quot;, monospace; font-size: 16px; line-height: 22px; white-space: pre;&quot;&gt;FOREIGN KEY&lt;/div&gt;" style="text;strokeColor=none;fillColor=none;spacingLeft=4;spacingRight=4;overflow=hidden;rotatable=0;points=[[0,0.5],[1,0.5]];portConstraint=eastwest;fontSize=12;whiteSpace=wrap;html=1;" parent="1" vertex="1">
          <mxGeometry x="290" y="78.5" width="110" height="30" as="geometry" />
+         </mxCell>
+         <mxCell id="yECO8sOG9j-lR2sTfUSc-1" value="&lt;div style=&quot;color: rgb(204, 204, 204); background-color: rgb(31, 31, 31); font-family: Consolas, &amp;quot;Courier New&amp;quot;, monospace; font-size: 16px; line-height: 22px; white-space: pre;&quot;&gt;updated_at&lt;/div&gt;" style="text;strokeColor=none;fillColor=none;spacingLeft=4;spacingRight=4;overflow=hidden;rotatable=0;points=[[0,0.5],[1,0.5]];portConstraint=eastwest;fontSize=12;whiteSpace=wrap;html=1;" vertex="1" parent="1">
+           <mxGeometry x="20" y="198.5" width="140" height="30" as="geometry" />
+         </mxCell>
+         <mxCell id="yECO8sOG9j-lR2sTfUSc-2" value="&lt;div style=&quot;color: rgb(204, 204, 204); background-color: rgb(31, 31, 31); font-family: Consolas, &amp;quot;Courier New&amp;quot;, monospace; font-size: 16px; line-height: 22px; white-space: pre;&quot;&gt;TIMESTAMP&lt;/div&gt;" style="text;strokeColor=none;fillColor=none;spacingLeft=4;spacingRight=4;overflow=hidden;rotatable=0;points=[[0,0.5],[1,0.5]];portConstraint=eastwest;fontSize=12;whiteSpace=wrap;html=1;" vertex="1" parent="1">
+           <mxGeometry x="180" y="198.5" width="110" height="30" as="geometry" />
+         </mxCell>
+         <mxCell id="yECO8sOG9j-lR2sTfUSc-3" value="&lt;div style=&quot;color: rgb(204, 204, 204); background-color: rgb(31, 31, 31); font-family: Consolas, &amp;quot;Courier New&amp;quot;, monospace; font-size: 16px; line-height: 22px; white-space: pre;&quot;&gt;updated_at&lt;/div&gt;" style="text;strokeColor=none;fillColor=none;spacingLeft=4;spacingRight=4;overflow=hidden;rotatable=0;points=[[0,0.5],[1,0.5]];portConstraint=eastwest;fontSize=12;whiteSpace=wrap;html=1;" vertex="1" parent="1">
+           <mxGeometry x="710" y="200.5" width="140" height="30" as="geometry" />
+         </mxCell>
+         <mxCell id="yECO8sOG9j-lR2sTfUSc-4" value="&lt;div style=&quot;color: rgb(204, 204, 204); background-color: rgb(31, 31, 31); font-family: Consolas, &amp;quot;Courier New&amp;quot;, monospace; font-size: 16px; line-height: 22px; white-space: pre;&quot;&gt;TIMESTAMP&lt;/div&gt;" style="text;strokeColor=none;fillColor=none;spacingLeft=4;spacingRight=4;overflow=hidden;rotatable=0;points=[[0,0.5],[1,0.5]];portConstraint=eastwest;fontSize=12;whiteSpace=wrap;html=1;" vertex="1" parent="1">
+           <mxGeometry x="870" y="200.5" width="110" height="30" as="geometry" />
+         </mxCell>
+         <mxCell id="yECO8sOG9j-lR2sTfUSc-5" value="&lt;div style=&quot;color: rgb(204, 204, 204); background-color: rgb(31, 31, 31); font-family: Consolas, &amp;quot;Courier New&amp;quot;, monospace; font-size: 16px; line-height: 22px; white-space: pre;&quot;&gt;updated_at&lt;/div&gt;" style="text;strokeColor=none;fillColor=none;spacingLeft=4;spacingRight=4;overflow=hidden;rotatable=0;points=[[0,0.5],[1,0.5]];portConstraint=eastwest;fontSize=12;whiteSpace=wrap;html=1;" vertex="1" parent="1">
+           <mxGeometry x="383" y="446" width="140" height="30" as="geometry" />
+         </mxCell>
+         <mxCell id="yECO8sOG9j-lR2sTfUSc-6" value="&lt;div style=&quot;color: rgb(204, 204, 204); background-color: rgb(31, 31, 31); font-family: Consolas, &amp;quot;Courier New&amp;quot;, monospace; font-size: 16px; line-height: 22px; white-space: pre;&quot;&gt;TIMESTAMP&lt;/div&gt;" style="text;strokeColor=none;fillColor=none;spacingLeft=4;spacingRight=4;overflow=hidden;rotatable=0;points=[[0,0.5],[1,0.5]];portConstraint=eastwest;fontSize=12;whiteSpace=wrap;html=1;" vertex="1" parent="1">
+           <mxGeometry x="543" y="446" width="110" height="30" as="geometry" />
+         </mxCell>
+         <mxCell id="yECO8sOG9j-lR2sTfUSc-7" value="&lt;div style=&quot;color: rgb(204, 204, 204); background-color: rgb(31, 31, 31); font-family: Consolas, &amp;quot;Courier New&amp;quot;, monospace; font-size: 16px; line-height: 22px; white-space: pre;&quot;&gt;updated_at&lt;/div&gt;" style="text;strokeColor=none;fillColor=none;spacingLeft=4;spacingRight=4;overflow=hidden;rotatable=0;points=[[0,0.5],[1,0.5]];portConstraint=eastwest;fontSize=12;whiteSpace=wrap;html=1;" vertex="1" parent="1">
+           <mxGeometry x="383" y="807" width="140" height="30" as="geometry" />
+         </mxCell>
+         <mxCell id="yECO8sOG9j-lR2sTfUSc-8" value="&lt;div style=&quot;color: rgb(204, 204, 204); background-color: rgb(31, 31, 31); font-family: Consolas, &amp;quot;Courier New&amp;quot;, monospace; font-size: 16px; line-height: 22px; white-space: pre;&quot;&gt;TIMESTAMP&lt;/div&gt;" style="text;strokeColor=none;fillColor=none;spacingLeft=4;spacingRight=4;overflow=hidden;rotatable=0;points=[[0,0.5],[1,0.5]];portConstraint=eastwest;fontSize=12;whiteSpace=wrap;html=1;" vertex="1" parent="1">
+           <mxGeometry x="543" y="807" width="110" height="30" as="geometry" />
        </mxCell>
      </root>
    </mxGraphModel>
  </diagram>
</mxfile>
